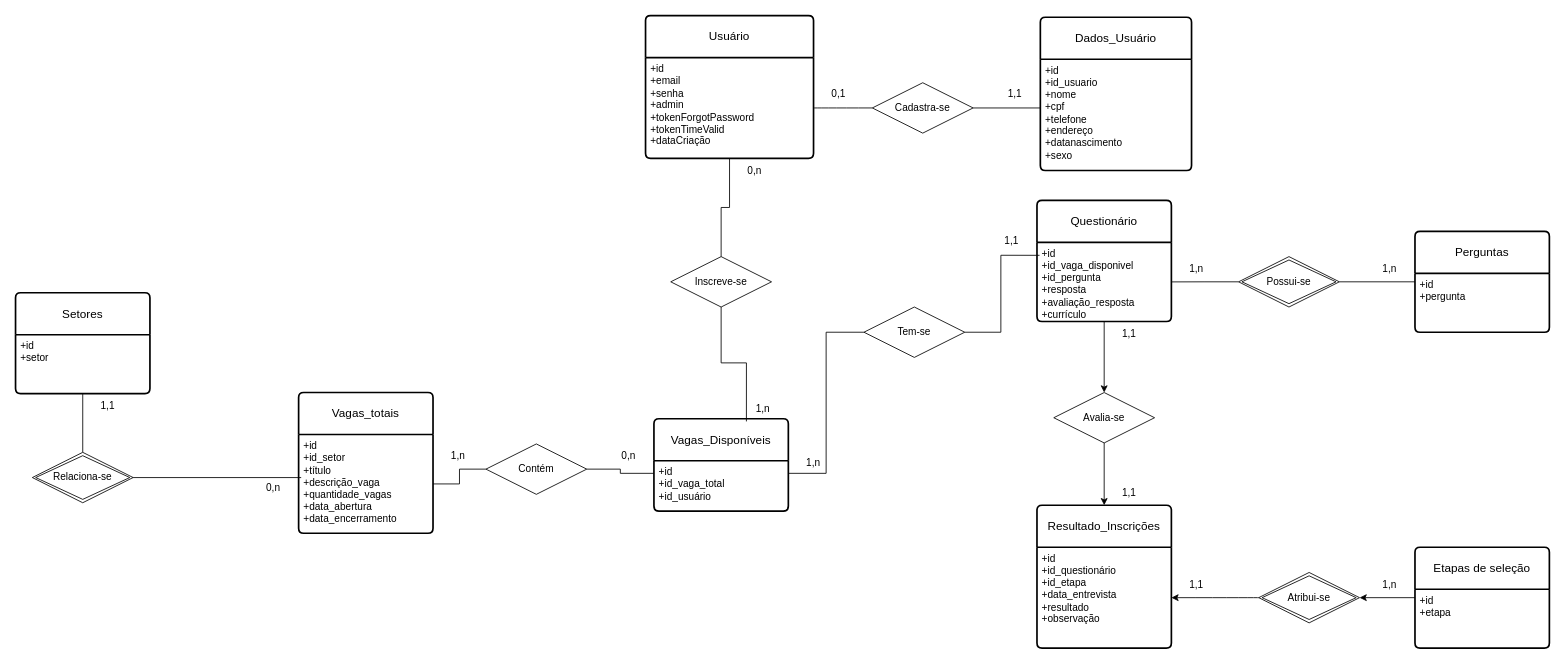
Above: Diagrama Modelo Relacional.drawio in ExtraProjects860/Project-Selection-Process-Control (draw.io), before the change. Source tidied: cells renumbered, new cells numbered last; positions are measured from the earlier drawing's top-left corner, leaving out a move shared by most shapes. Both pictures are drawn from the tidied source at 84%, with x=0, y=0 at pixel (15, 15).
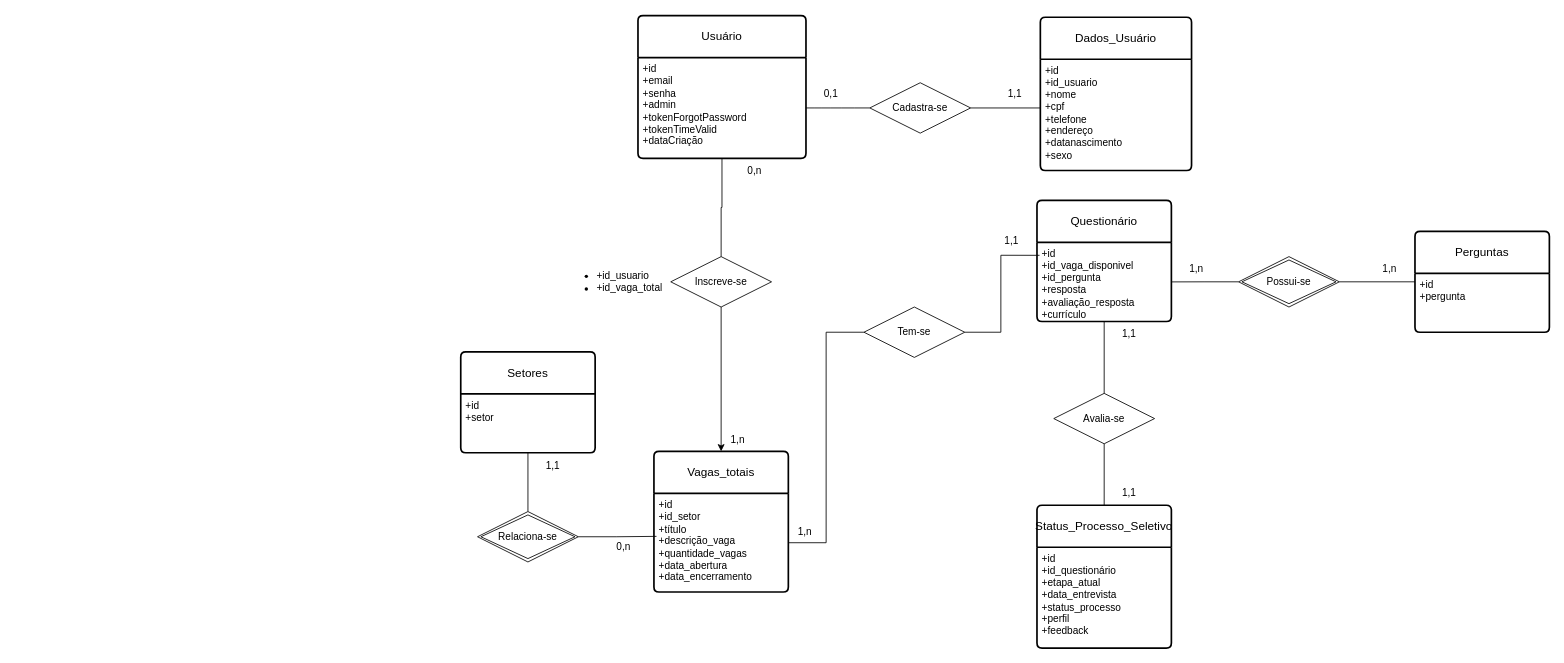
Above is the later version.

The change refers to these unchanged cells:
```xml
<mxCell id="17" value="+id&lt;div&gt;+id_vaga_disponivel&lt;br&gt;+id_pergunta&lt;/div&gt;&lt;div&gt;+resposta&lt;/div&gt;&lt;div&gt;+avaliação_resposta&lt;br&gt;&lt;div&gt;+currículo&lt;/div&gt;&lt;/div&gt;" style="align=left;strokeColor=none;fillColor=none;spacingLeft=4;fontSize=12;verticalAlign=top;html=1;" parent="16" vertex="1">
  <mxGeometry y="50" width="160" height="94.2" as="geometry" />
</mxCell>
<mxCell id="33" value="Tem-se" style="shape=rhombus;perimeter=rhombusPerimeter;whiteSpace=wrap;html=1;align=center;" parent="1" vertex="1">
  <mxGeometry x="1010" y="347" width="120" height="60" as="geometry" />
</mxCell>
<mxCell id="46" value="Inscreve-se" style="shape=rhombus;perimeter=rhombusPerimeter;whiteSpace=wrap;html=1;align=center;" parent="1" vertex="1">
  <mxGeometry x="780" y="287" width="120" height="60" as="geometry" />
</mxCell>
<mxCell id="51" value="&lt;div&gt;+id&lt;/div&gt;&lt;div&gt;+id_setor&lt;/div&gt;&lt;div&gt;+título&lt;/div&gt;&lt;div&gt;+descrição_vaga&lt;/div&gt;&lt;div&gt;+quantidade_vagas&lt;/div&gt;&lt;div&gt;+data_abertura&lt;/div&gt;&lt;div&gt;+data_encerramento&lt;/div&gt;" style="align=left;strokeColor=none;fillColor=none;spacingLeft=4;fontSize=12;verticalAlign=top;html=1;" parent="50" vertex="1">
  <mxGeometry y="50" width="160" height="117.5" as="geometry" />
</mxCell>
```

Change to the diagram source:
```diff
@@
     <mxCell id="2" value="Usuário" style="swimlane;horizontal=1;startSize=50;rounded=1;fontSize=14;fontStyle=0;strokeWidth=2;shadow=0;dashed=0;align=center;arcSize=4;whiteSpace=wrap;html=1;" parent="1" vertex="1">
-      <mxGeometry x="750" width="200" height="170" as="geometry" />
+      <mxGeometry x="741" width="200" height="170" as="geometry" />
     </mxCell>
@@
-    <mxCell id="6" style="edgeStyle=orthogonalEdgeStyle;rounded=0;jettySize=auto;html=1;" parent="1" edge="1" source="7" target="25">
-      <mxGeometry relative="1" as="geometry" />
-    </mxCell>
-    <mxCell id="7" value="Etapas de seleção" style="swimlane;horizontal=1;startSize=50;rounded=1;fontSize=14;fontStyle=0;strokeWidth=2;shadow=0;dashed=0;align=center;arcSize=4;whiteSpace=wrap;html=1;" parent="1" vertex="1">
-      <mxGeometry x="1666" y="633" width="160" height="120" as="geometry" />
-    </mxCell>
-    <mxCell id="8" value="+id&lt;br&gt;+etapa" style="align=left;strokeColor=none;fillColor=none;spacingLeft=4;fontSize=12;verticalAlign=top;html=1;" parent="7" vertex="1">
-      <mxGeometry y="50" width="160" height="70" as="geometry" />
-    </mxCell>
     <mxCell id="9" value="Setores" style="swimlane;horizontal=1;startSize=50;rounded=1;fontSize=14;fontStyle=0;strokeWidth=2;shadow=0;dashed=0;align=center;arcSize=4;whiteSpace=wrap;html=1;" parent="1" vertex="1">
-      <mxGeometry y="330" width="160" height="120" as="geometry" />
+      <mxGeometry x="530" y="400.5" width="160" height="120" as="geometry" />
     </mxCell>
@@
-    <mxCell id="11" value="Vagas_Disponíveis" style="swimlane;horizontal=1;startSize=50;rounded=1;fontSize=14;fontStyle=0;strokeWidth=2;shadow=0;dashed=0;align=center;arcSize=4;whiteSpace=wrap;html=1;" parent="1" vertex="1">
-      <mxGeometry x="760" y="480" width="160" height="110" as="geometry" />
-    </mxCell>
-    <mxCell id="12" value="+id&lt;div&gt;+id_vaga_total&lt;br&gt;&lt;div&gt;+id_usuário&lt;br&gt;&lt;div&gt;&lt;br&gt;&lt;/div&gt;&lt;/div&gt;&lt;/div&gt;" style="align=left;strokeColor=none;fillColor=none;spacingLeft=4;fontSize=12;verticalAlign=top;html=1;" parent="11" vertex="1">
-      <mxGeometry y="50" width="160" height="60" as="geometry" />
-    </mxCell>
-    <mxCell id="13" value="Resultado_Inscrições" style="swimlane;horizontal=1;startSize=50;rounded=1;fontSize=14;fontStyle=0;strokeWidth=2;shadow=0;dashed=0;align=center;arcSize=4;whiteSpace=wrap;html=1;" parent="1" vertex="1">
+    <mxCell id="13" value="Status_Processo_Seletivo" style="swimlane;horizontal=1;startSize=50;rounded=1;fontSize=14;fontStyle=0;strokeWidth=2;shadow=0;dashed=0;align=center;arcSize=4;whiteSpace=wrap;html=1;" parent="1" vertex="1">
       <mxGeometry x="1216" y="583" width="160" height="170" as="geometry" />
     </mxCell>
-    <mxCell id="14" value="+id&lt;div&gt;+id_questionário&lt;/div&gt;&lt;div&gt;+id_etapa&lt;/div&gt;&lt;div&gt;&lt;span style=&quot;background-color: initial;&quot;&gt;+data_entrevista&lt;/span&gt;&lt;/div&gt;&lt;div&gt;&lt;span style=&quot;background-color: initial;&quot;&gt;+resultado&lt;/span&gt;&lt;/div&gt;&lt;div&gt;+observação&lt;/div&gt;" style="align=left;strokeColor=none;fillColor=none;spacingLeft=4;fontSize=12;verticalAlign=top;html=1;" parent="13" vertex="1">
+    <mxCell id="14" value="+id&lt;div&gt;+id_questionário&lt;/div&gt;&lt;div&gt;+etapa_atual&lt;/div&gt;&lt;div&gt;&lt;span style=&quot;background-color: initial;&quot;&gt;+data_entrevista&lt;/span&gt;&lt;/div&gt;&lt;div&gt;&lt;span style=&quot;background-color: initial;&quot;&gt;+status_processo&lt;/span&gt;&lt;/div&gt;&lt;div&gt;+perfil&lt;/div&gt;&lt;div&gt;+feedback&lt;/div&gt;" style="align=left;strokeColor=none;fillColor=none;spacingLeft=4;fontSize=12;verticalAlign=top;html=1;" parent="13" vertex="1">
       <mxGeometry y="50" width="160" height="120" as="geometry" />
     </mxCell>
-    <mxCell id="15" style="edgeStyle=orthogonalEdgeStyle;rounded=0;jettySize=auto;html=1;curved=1;" parent="1" edge="1" source="25" target="14">
-      <mxGeometry relative="1" as="geometry" />
-    </mxCell>
@@
     <mxCell id="22" value="Relaciona-se" style="shape=rhombus;double=1;perimeter=rhombusPerimeter;whiteSpace=wrap;html=1;align=center;" parent="1" vertex="1">
-      <mxGeometry x="20" y="520" width="120" height="60" as="geometry" />
+      <mxGeometry x="550" y="590.5" width="120" height="60" as="geometry" />
     </mxCell>
@@
-    <mxCell id="25" value="Atribui-se" style="shape=rhombus;double=1;perimeter=rhombusPerimeter;whiteSpace=wrap;html=1;align=center;" parent="1" vertex="1">
-      <mxGeometry x="1480" y="663" width="120" height="60" as="geometry" />
-    </mxCell>
     <mxCell id="26" value="Cadastra-se" style="shape=rhombus;perimeter=rhombusPerimeter;whiteSpace=wrap;html=1;align=center;" parent="1" vertex="1">
-      <mxGeometry x="1020" y="80" width="120" height="60" as="geometry" />
+      <mxGeometry x="1017" y="80" width="120" height="60" as="geometry" />
     </mxCell>
@@
     <mxCell id="28" value="0,1" style="text;html=1;align=center;verticalAlign=middle;whiteSpace=wrap;rounded=0;" parent="1" vertex="1">
-      <mxGeometry x="950" y="77.5" width="60" height="30" as="geometry" />
+      <mxGeometry x="941" y="77.5" width="60" height="30" as="geometry" />
     </mxCell>
@@
-    <mxCell id="32" style="edgeStyle=orthogonalEdgeStyle;rounded=0;jettySize=auto;html=1;entryX=1;entryY=0.25;entryDx=0;entryDy=0;endArrow=none;endFill=0;" parent="1" edge="1" source="33" target="12">
-      <mxGeometry relative="1" as="geometry" />
-    </mxCell>
@@
-    <mxCell id="35" style="edgeStyle=orthogonalEdgeStyle;rounded=0;jettySize=auto;html=1;" parent="1" edge="1" source="36" target="13">
+    <mxCell id="35" style="edgeStyle=orthogonalEdgeStyle;rounded=0;jettySize=auto;html=1;endArrow=none;endFill=0;" parent="1" edge="1" source="36" target="13">
       <mxGeometry relative="1" as="geometry" />
     </mxCell>
     <mxCell id="36" value="Avalia-se" style="shape=rhombus;perimeter=rhombusPerimeter;whiteSpace=wrap;html=1;align=center;" parent="1" vertex="1">
-      <mxGeometry x="1236" y="448.8" width="120" height="60" as="geometry" />
+      <mxGeometry x="1236" y="449.8" width="120" height="60" as="geometry" />
     </mxCell>
-    <mxCell id="37" style="edgeStyle=orthogonalEdgeStyle;rounded=0;jettySize=auto;html=1;" parent="1" edge="1" source="17" target="36">
+    <mxCell id="37" style="edgeStyle=orthogonalEdgeStyle;rounded=0;jettySize=auto;html=1;endArrow=none;endFill=0;" parent="1" edge="1" source="17" target="36">
       <mxGeometry relative="1" as="geometry" />
     </mxCell>
@@
     <mxCell id="39" value="1,1" style="text;html=1;align=center;verticalAlign=middle;whiteSpace=wrap;rounded=0;" parent="1" vertex="1">
-      <mxGeometry x="80" y="450" width="60" height="30" as="geometry" />
+      <mxGeometry x="610" y="520.5" width="60" height="30" as="geometry" />
     </mxCell>
@@
-    <mxCell id="44" value="1,n" style="text;html=1;align=center;verticalAlign=middle;whiteSpace=wrap;rounded=0;" parent="1" vertex="1">
-      <mxGeometry x="1606" y="663" width="60" height="30" as="geometry" />
-    </mxCell>
-    <mxCell id="45" value="1,1" style="text;html=1;align=center;verticalAlign=middle;whiteSpace=wrap;rounded=0;" parent="1" vertex="1">
-      <mxGeometry x="1376" y="663" width="60" height="30" as="geometry" />
-    </mxCell>
+    <mxCell id="60" style="edgeStyle=orthogonalEdgeStyle;rounded=0;jettySize=auto;html=1;" parent="1" edge="1" source="46" target="50">
+      <mxGeometry relative="1" as="geometry" />
+    </mxCell>
@@
-    <mxCell id="47" style="edgeStyle=orthogonalEdgeStyle;rounded=0;jettySize=auto;html=1;entryX=0.688;entryY=0.029;entryDx=0;entryDy=0;entryPerimeter=0;endArrow=none;endFill=0;" parent="1" edge="1" source="46" target="11">
-      <mxGeometry relative="1" as="geometry" />
-    </mxCell>
@@
     <mxCell id="49" value="1,n" style="text;html=1;align=center;verticalAlign=middle;whiteSpace=wrap;rounded=0;" parent="1" vertex="1">
-      <mxGeometry x="860" y="452.5" width="60" height="30" as="geometry" />
+      <mxGeometry x="830" y="490" width="60" height="30" as="geometry" />
     </mxCell>
     <mxCell id="50" value="Vagas_totais" style="swimlane;horizontal=1;startSize=50;rounded=1;fontSize=14;fontStyle=0;strokeWidth=2;shadow=0;dashed=0;align=center;arcSize=4;whiteSpace=wrap;html=1;" parent="1" vertex="1">
-      <mxGeometry x="337" y="448.8" width="160" height="167.5" as="geometry" />
+      <mxGeometry x="760" y="518.8" width="160" height="167.5" as="geometry" />
     </mxCell>
@@
-    <mxCell id="53" value="1,n" style="text;html=1;align=center;verticalAlign=middle;whiteSpace=wrap;rounded=0;" parent="1" vertex="1">
-      <mxGeometry x="497" y="510" width="60" height="30" as="geometry" />
-    </mxCell>
-    <mxCell id="54" style="edgeStyle=orthogonalEdgeStyle;rounded=0;jettySize=auto;html=1;endArrow=none;endFill=0;" parent="1" edge="1" source="56" target="51">
-      <mxGeometry relative="1" as="geometry" />
-    </mxCell>
-    <mxCell id="55" style="edgeStyle=orthogonalEdgeStyle;rounded=0;jettySize=auto;html=1;entryX=0;entryY=0.25;entryDx=0;entryDy=0;endArrow=none;endFill=0;" parent="1" edge="1" source="56" target="12">
-      <mxGeometry relative="1" as="geometry" />
-    </mxCell>
-    <mxCell id="56" value="Contém" style="shape=rhombus;perimeter=rhombusPerimeter;whiteSpace=wrap;html=1;align=center;" parent="1" vertex="1">
-      <mxGeometry x="560" y="510" width="120" height="60" as="geometry" />
-    </mxCell>
-    <mxCell id="57" value="0,n" style="text;html=1;align=center;verticalAlign=middle;whiteSpace=wrap;rounded=0;" parent="1" vertex="1">
-      <mxGeometry x="700" y="510" width="60" height="30" as="geometry" />
-    </mxCell>
     <mxCell id="58" value="0,n" style="text;html=1;align=center;verticalAlign=middle;whiteSpace=wrap;rounded=0;" parent="1" vertex="1">
-      <mxGeometry x="277" y="547.5" width="60" height="30" as="geometry" />
+      <mxGeometry x="694" y="617.5" width="60" height="30" as="geometry" />
     </mxCell>
     <mxCell id="59" value="1,n" style="text;html=1;align=center;verticalAlign=middle;whiteSpace=wrap;rounded=0;" parent="1" vertex="1">
-      <mxGeometry x="920" y="517.5" width="60" height="30" as="geometry" />
+      <mxGeometry x="910" y="600" width="60" height="30" as="geometry" />
     </mxCell>
+    <mxCell id="61" value="&lt;ul&gt;&lt;li&gt;&lt;span style=&quot;text-wrap: nowrap;&quot;&gt;+id_usuario&lt;/span&gt;&lt;/li&gt;&lt;li&gt;&lt;span style=&quot;text-wrap: nowrap;&quot;&gt;+id_vaga_total&lt;/span&gt;&lt;/li&gt;&lt;/ul&gt;" style="text;strokeColor=none;fillColor=none;html=1;whiteSpace=wrap;verticalAlign=middle;overflow=hidden;" parent="1" vertex="1">
+      <mxGeometry x="650" y="277" width="130" height="80" as="geometry" />
+    </mxCell>
+    <mxCell id="62" style="edgeStyle=orthogonalEdgeStyle;rounded=0;jettySize=auto;html=1;entryX=0;entryY=0.5;entryDx=0;entryDy=0;endArrow=none;endFill=0;" parent="1" edge="1" source="51" target="33">
+      <mxGeometry relative="1" as="geometry" />
+    </mxCell>
```
